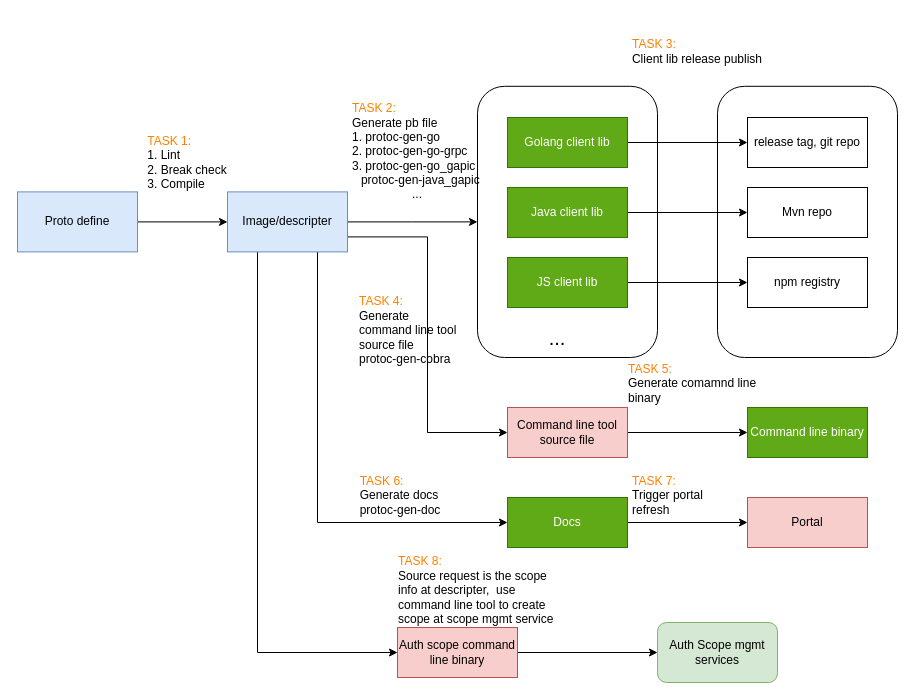
Before: page "Pipeline detail" (2 of 3) of HP/API_pipeline.drawio in zhangwm1987/mydraw_io, a draw.io diagram. Source tidied: cells renumbered, new cells numbered last; positions are measured from the earlier drawing's top-left corner, leaving out a move shared by most shapes. Both pictures are drawn from the tidied source at 100%, with x=0, y=0 at pixel (17, 27).
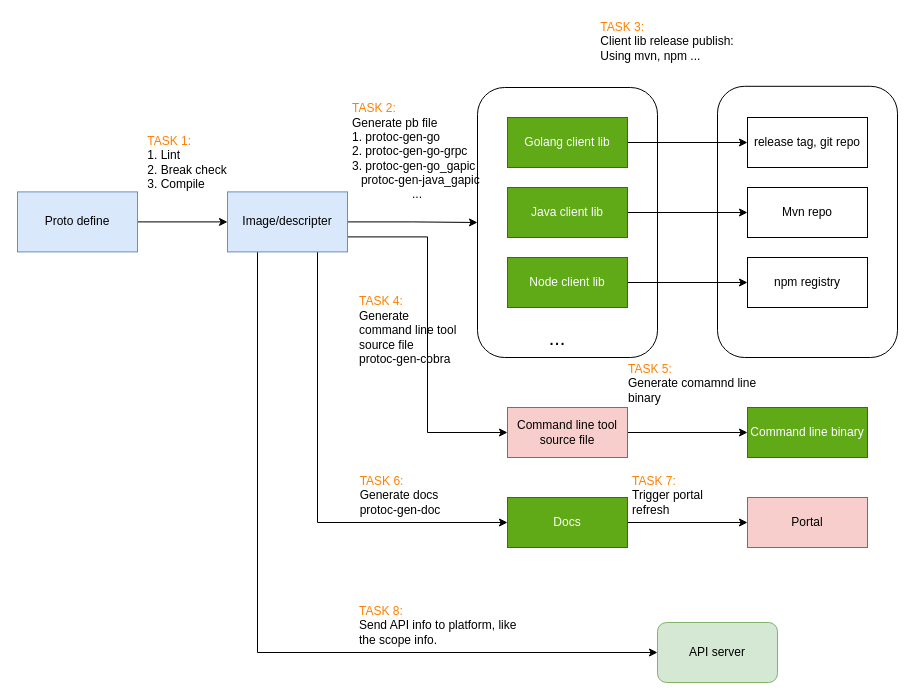
After the change.

The change refers to these unchanged cells:
```xml
<mxCell id="10" value="Image/descripter" style="rounded=0;whiteSpace=wrap;html=1;fillColor=#dae8fc;strokeColor=#6c8ebf;" parent="1" vertex="1">
  <mxGeometry x="210" y="164.4" width="120" height="60" as="geometry" />
</mxCell>
```

Change to the diagram source:
```diff
@@
     <mxCell id="3" value="&lt;br&gt;&lt;br&gt;&lt;br&gt;&lt;br&gt;" style="rounded=1;whiteSpace=wrap;html=1;" parent="1" vertex="1">
-      <mxGeometry x="460" y="58.8" width="180" height="271.2" as="geometry" />
+      <mxGeometry x="460" y="60" width="180" height="270" as="geometry" />
     </mxCell>
@@
-    <mxCell id="9" style="edgeStyle=orthogonalEdgeStyle;rounded=0;jettySize=auto;html=1;exitX=0.25;exitY=1;exitDx=0;exitDy=0;entryX=0;entryY=0.5;entryDx=0;entryDy=0;" parent="1" edge="1" source="10" target="36">
+    <mxCell id="9" style="edgeStyle=orthogonalEdgeStyle;rounded=0;jettySize=auto;html=1;exitX=0.25;exitY=1;exitDx=0;exitDy=0;entryX=0;entryY=0.5;entryDx=0;entryDy=0;" parent="1" edge="1" source="10" target="34">
       <mxGeometry relative="1" as="geometry" />
     </mxCell>
@@
-    <mxCell id="17" value="JS client lib" style="rounded=0;whiteSpace=wrap;html=1;fillColor=#60a917;strokeColor=#2D7600;fontColor=#ffffff;" parent="1" vertex="1">
+    <mxCell id="17" value="Node client lib" style="rounded=0;whiteSpace=wrap;html=1;fillColor=#60a917;strokeColor=#2D7600;fontColor=#ffffff;" parent="1" vertex="1">
       <mxGeometry x="490" y="230" width="120" height="50" as="geometry" />
     </mxCell>
@@
-    <mxCell id="23" value="&lt;div style=&quot;text-align: left&quot;&gt;&lt;font color=&quot;#ff8000&quot;&gt;TASK 3:&lt;/font&gt;&lt;/div&gt;&lt;div&gt;&lt;/div&gt;&lt;span&gt;&lt;div style=&quot;text-align: left&quot;&gt;&lt;span&gt;Client lib release publish&lt;/span&gt;&lt;/div&gt;&lt;/span&gt;" style="text;html=1;strokeColor=none;fillColor=none;align=center;verticalAlign=middle;whiteSpace=wrap;rounded=0;" parent="1" vertex="1">
-      <mxGeometry x="610" width="140" height="48.8" as="geometry" />
+    <mxCell id="23" value="&lt;div style=&quot;text-align: left&quot;&gt;&lt;font color=&quot;#ff8000&quot;&gt;TASK 3:&lt;/font&gt;&lt;/div&gt;&lt;div&gt;&lt;/div&gt;&lt;span&gt;&lt;div style=&quot;text-align: left&quot;&gt;&lt;span&gt;Client lib release publish:&lt;/span&gt;&lt;/div&gt;&lt;div style=&quot;text-align: left&quot;&gt;&lt;span&gt;Using mvn, npm ...&lt;/span&gt;&lt;/div&gt;&lt;/span&gt;" style="text;html=1;strokeColor=none;fillColor=none;align=center;verticalAlign=middle;whiteSpace=wrap;rounded=0;" parent="1" vertex="1">
+      <mxGeometry x="580" y="-10" width="140" height="48.8" as="geometry" />
     </mxCell>
@@
-    <mxCell id="34" value="Auth Scope mgmt services" style="rounded=1;whiteSpace=wrap;html=1;fillColor=#d5e8d4;strokeColor=#82b366;" parent="1" vertex="1">
+    <mxCell id="34" value="API server" style="rounded=1;whiteSpace=wrap;html=1;fillColor=#d5e8d4;strokeColor=#82b366;" parent="1" vertex="1">
       <mxGeometry x="640" y="595" width="120" height="60" as="geometry" />
     </mxCell>
-    <mxCell id="35" style="edgeStyle=orthogonalEdgeStyle;rounded=0;jettySize=auto;html=1;exitX=1;exitY=0.5;exitDx=0;exitDy=0;entryX=0;entryY=0.5;entryDx=0;entryDy=0;" parent="1" edge="1" source="36" target="34">
-      <mxGeometry relative="1" as="geometry" />
-    </mxCell>
-    <mxCell id="36" value="Auth scope command line binary" style="rounded=0;whiteSpace=wrap;html=1;fillColor=#f8cecc;strokeColor=#b85450;" parent="1" vertex="1">
-      <mxGeometry x="380" y="600" width="120" height="50" as="geometry" />
-    </mxCell>
-    <mxCell id="37" value="&lt;div style=&quot;text-align: left&quot;&gt;&lt;font color=&quot;#ff8000&quot;&gt;TASK 8:&lt;/font&gt;&lt;/div&gt;&lt;div style=&quot;text-align: left&quot;&gt;Source request is the scope info at descripter,&amp;nbsp; use command line tool to create scope at scope mgmt service&lt;/div&gt;&lt;span&gt;&lt;br&gt;&lt;/span&gt;" style="text;html=1;strokeColor=none;fillColor=none;align=center;verticalAlign=middle;whiteSpace=wrap;rounded=0;" parent="1" vertex="1">
-      <mxGeometry x="380" y="545" width="166" height="50" as="geometry" />
+    <mxCell id="37" value="&lt;div style=&quot;text-align: left&quot;&gt;&lt;font color=&quot;#ff8000&quot;&gt;TASK 8:&lt;/font&gt;&lt;/div&gt;&lt;div style=&quot;text-align: left&quot;&gt;Send API info to platform, like the scope info.&lt;/div&gt;&lt;span&gt;&lt;br&gt;&lt;/span&gt;" style="text;html=1;strokeColor=none;fillColor=none;align=center;verticalAlign=middle;whiteSpace=wrap;rounded=0;" parent="1" vertex="1">
+      <mxGeometry x="341" y="580" width="166" height="50" as="geometry" />
     </mxCell>
```
